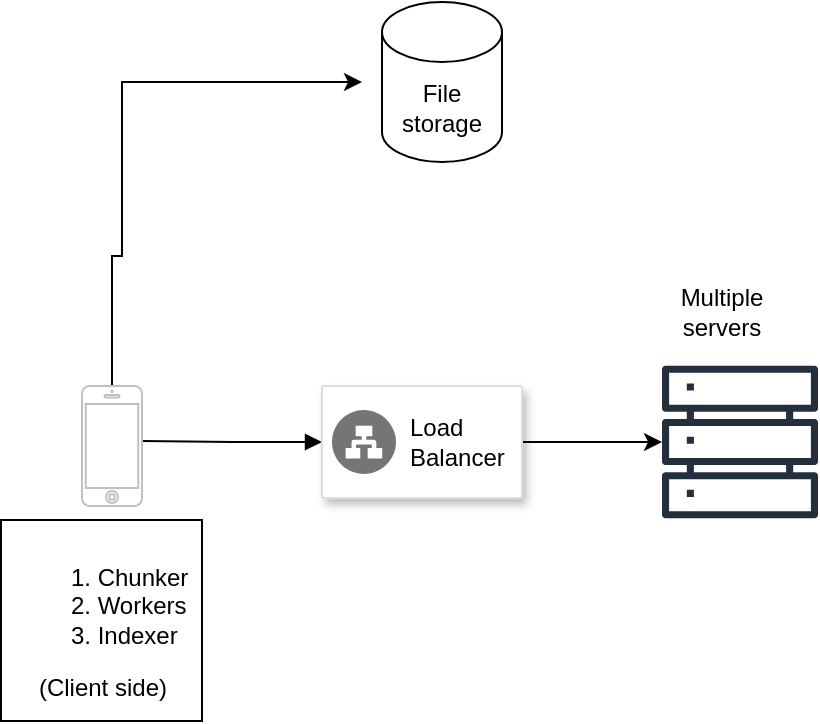
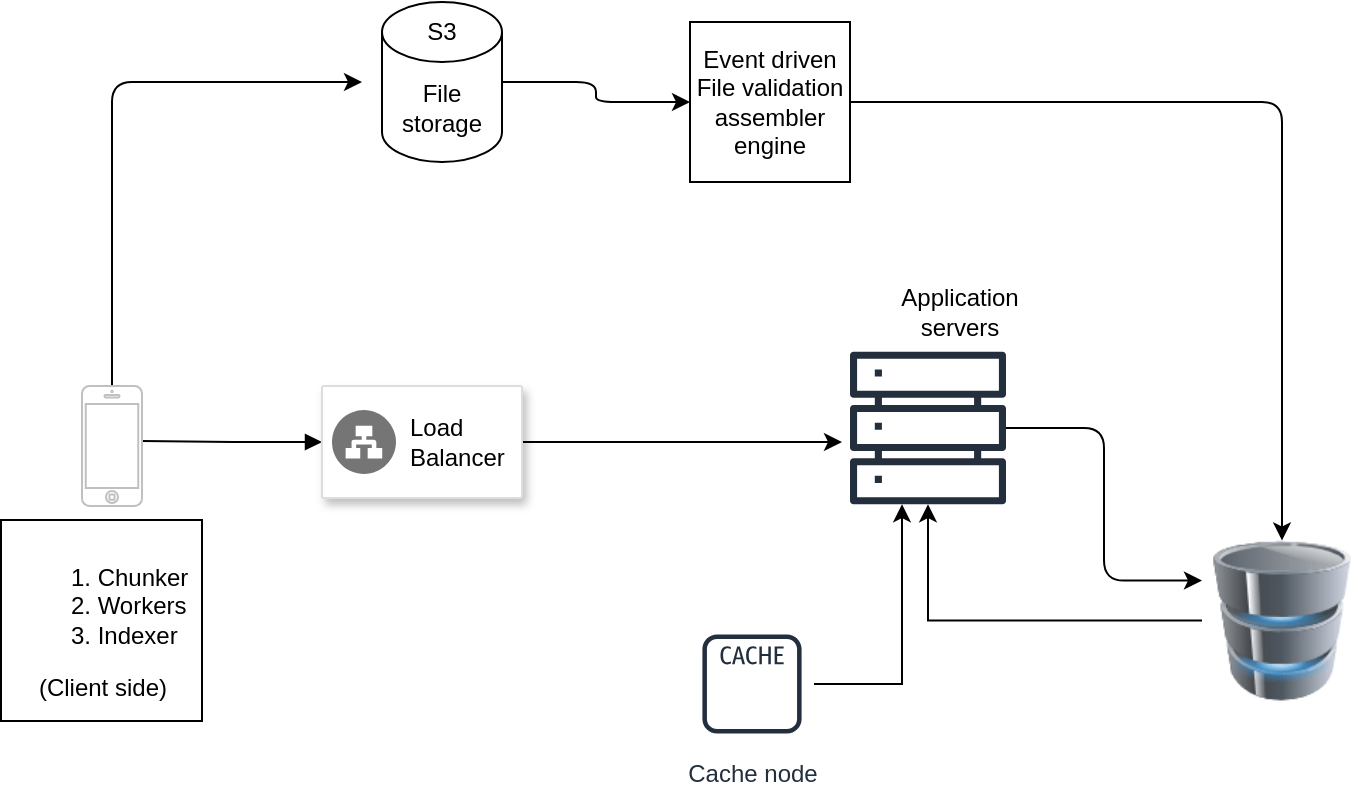
<mxfile host="app.diagrams.net">
  <diagram name="Page-1" id="5tHfRoS0WuBEUlIkX9_v">
    <mxGraphModel dx="1601" dy="548" grid="1" gridSize="10" guides="1" tooltips="1" connect="1" arrows="1" fold="1" page="1" pageScale="1" pageWidth="827" pageHeight="1169" math="0" shadow="0">
      <root>
        <mxCell id="0" />
        <mxCell id="1" parent="0" />
        <mxCell id="MKeDZ_4dYYuwaxTGn8zZ-2" edge="1" parent="1" style="endArrow=block;endFill=1;html=1;edgeStyle=orthogonalEdgeStyle;align=left;verticalAlign=top;rounded=0;" value="">
          <mxGeometry relative="1" x="-1" as="geometry">
            <mxPoint x="60" y="239.5" as="sourcePoint" />
            <mxPoint x="150" y="240" as="targetPoint" />
          </mxGeometry>
        </mxCell>
-         <mxCell id="MKeDZ_4dYYuwaxTGn8zZ-11" edge="1" parent="1" source="MKeDZ_4dYYuwaxTGn8zZ-4" style="edgeStyle=orthogonalEdgeStyle;rounded=0;orthogonalLoop=1;jettySize=auto;html=1;" target="MKeDZ_4dYYuwaxTGn8zZ-8" value="">
-           <mxGeometry relative="1" as="geometry" />
+         <mxCell id="MKeDZ_4dYYuwaxTGn8zZ-11" edge="1" parent="1" source="MKeDZ_4dYYuwaxTGn8zZ-4" style="edgeStyle=orthogonalEdgeStyle;rounded=0;orthogonalLoop=1;jettySize=auto;html=1;" value="">
+           <mxGeometry relative="1" as="geometry">
+             <mxPoint x="410" y="240" as="targetPoint" />
+           </mxGeometry>
        </mxCell>
        <mxCell id="MKeDZ_4dYYuwaxTGn8zZ-4" parent="1" style="strokeColor=#dddddd;fillColor=#FFFFFF;shadow=1;strokeWidth=1;rounded=1;absoluteArcSize=1;arcSize=2;" value="" vertex="1">
          <mxGeometry height="56" width="100" x="150" y="212" as="geometry" />
        </mxCell>
        <mxCell id="MKeDZ_4dYYuwaxTGn8zZ-5" parent="MKeDZ_4dYYuwaxTGn8zZ-4" style="sketch=0;dashed=0;connectable=0;html=1;fillColor=#757575;strokeColor=none;shape=mxgraph.gcp2.network_load_balancer;part=1;labelPosition=right;verticalLabelPosition=middle;align=left;verticalAlign=middle;spacingLeft=5;fontSize=12;" value="Load&lt;br&gt;Balancer" vertex="1">
          <mxGeometry height="32" relative="1" width="32" y="0.5" as="geometry">
            <mxPoint x="5" y="-16" as="offset" />
          </mxGeometry>
        </mxCell>
-         <mxCell id="MKeDZ_4dYYuwaxTGn8zZ-15" edge="1" parent="1" source="MKeDZ_4dYYuwaxTGn8zZ-7" style="edgeStyle=orthogonalEdgeStyle;rounded=0;orthogonalLoop=1;jettySize=auto;html=1;">
+         <mxCell id="MKeDZ_4dYYuwaxTGn8zZ-15" edge="1" parent="1" source="MKeDZ_4dYYuwaxTGn8zZ-7" style="edgeStyle=orthogonalEdgeStyle;rounded=1;orthogonalLoop=1;jettySize=auto;html=1;curved=0;">
          <mxGeometry relative="1" as="geometry">
            <Array as="points">
-               <mxPoint x="45" y="147" />
-               <mxPoint x="50" y="147" />
+               <mxPoint x="45" y="60" />
            </Array>
            <mxPoint x="170" y="60" as="targetPoint" />
          </mxGeometry>
        </mxCell>
        <mxCell id="MKeDZ_4dYYuwaxTGn8zZ-7" parent="1" style="html=1;verticalLabelPosition=bottom;labelBackgroundColor=#ffffff;verticalAlign=top;shadow=0;dashed=0;strokeWidth=1;shape=mxgraph.ios7.misc.iphone;strokeColor=#c0c0c0;" value="" vertex="1">
          <mxGeometry height="60" width="30" x="30" y="212" as="geometry" />
        </mxCell>
+         <mxCell id="_372f6Q-5nDr0jlW2gZR-6" edge="1" parent="1" source="MKeDZ_4dYYuwaxTGn8zZ-8" style="edgeStyle=orthogonalEdgeStyle;rounded=1;orthogonalLoop=1;jettySize=auto;html=1;entryX=0;entryY=0.25;entryDx=0;entryDy=0;curved=0;" target="_372f6Q-5nDr0jlW2gZR-4">
+           <mxGeometry relative="1" as="geometry">
+             <mxPoint x="500" y="350" as="targetPoint" />
+           </mxGeometry>
+         </mxCell>
        <mxCell id="MKeDZ_4dYYuwaxTGn8zZ-8" parent="1" style="sketch=0;outlineConnect=0;fontColor=#232F3E;gradientColor=none;fillColor=#232F3D;strokeColor=none;dashed=0;verticalLabelPosition=bottom;verticalAlign=top;align=center;html=1;fontSize=12;fontStyle=0;aspect=fixed;pointerEvents=1;shape=mxgraph.aws4.servers;" value="" vertex="1">
-           <mxGeometry height="78" width="78" x="320" y="201" as="geometry" />
+           <mxGeometry height="78" width="78" x="414" y="194" as="geometry" />
        </mxCell>
-         <mxCell id="MKeDZ_4dYYuwaxTGn8zZ-9" parent="1" style="text;html=1;whiteSpace=wrap;strokeColor=none;fillColor=none;align=center;verticalAlign=middle;rounded=0;" value="Multiple servers" vertex="1">
-           <mxGeometry height="30" width="80" x="310" y="160" as="geometry" />
+         <mxCell id="MKeDZ_4dYYuwaxTGn8zZ-9" parent="1" style="text;html=1;whiteSpace=wrap;strokeColor=none;fillColor=none;align=center;verticalAlign=middle;rounded=0;" value="Application servers" vertex="1">
+           <mxGeometry height="30" width="80" x="429" y="160" as="geometry" />
+         </mxCell>
+         <mxCell id="_372f6Q-5nDr0jlW2gZR-3" edge="1" parent="1" source="MKeDZ_4dYYuwaxTGn8zZ-12" style="edgeStyle=orthogonalEdgeStyle;rounded=1;orthogonalLoop=1;jettySize=auto;html=1;curved=0;" target="_372f6Q-5nDr0jlW2gZR-2" value="">
+           <mxGeometry relative="1" as="geometry" />
        </mxCell>
        <mxCell id="MKeDZ_4dYYuwaxTGn8zZ-12" parent="1" style="shape=cylinder3;whiteSpace=wrap;html=1;boundedLbl=1;backgroundOutline=1;size=15;" value="File storage" vertex="1">
          <mxGeometry height="80" width="60" x="180" y="20" as="geometry" />
        </mxCell>
        <mxCell id="MKeDZ_4dYYuwaxTGn8zZ-17" parent="1" style="whiteSpace=wrap;html=1;aspect=fixed;" value="&lt;ol&gt;&lt;li style=&quot;text-align: left;&quot;&gt;Chunker&lt;/li&gt;&lt;li style=&quot;text-align: left;&quot;&gt;Workers&lt;/li&gt;&lt;li style=&quot;text-align: left;&quot;&gt;Indexer&lt;/li&gt;&lt;/ol&gt;&lt;div&gt;&lt;div&gt;(Client side)&lt;/div&gt;&lt;/div&gt;" vertex="1">
          <mxGeometry height="100.5" width="100.5" x="-10.5" y="279" as="geometry" />
        </mxCell>
+         <mxCell id="_372f6Q-5nDr0jlW2gZR-1" parent="1" style="text;html=1;whiteSpace=wrap;strokeColor=none;fillColor=none;align=center;verticalAlign=middle;rounded=0;" value="S3" vertex="1">
+           <mxGeometry height="30" width="60" x="180" y="20" as="geometry" />
+         </mxCell>
+         <mxCell id="_372f6Q-5nDr0jlW2gZR-5" edge="1" parent="1" source="_372f6Q-5nDr0jlW2gZR-2" style="edgeStyle=orthogonalEdgeStyle;rounded=1;orthogonalLoop=1;jettySize=auto;html=1;entryX=0.5;entryY=0;entryDx=0;entryDy=0;curved=0;" target="_372f6Q-5nDr0jlW2gZR-4">
+           <mxGeometry relative="1" as="geometry">
+             <mxPoint x="640" y="70" as="targetPoint" />
+           </mxGeometry>
+         </mxCell>
+         <mxCell id="_372f6Q-5nDr0jlW2gZR-2" parent="1" style="whiteSpace=wrap;html=1;aspect=fixed;" value="Event driven&lt;br&gt;File validation&lt;br&gt;assembler engine" vertex="1">
+           <mxGeometry height="80" width="80" x="334" y="30" as="geometry" />
+         </mxCell>
+         <mxCell id="_372f6Q-5nDr0jlW2gZR-12" edge="1" parent="1" source="_372f6Q-5nDr0jlW2gZR-4" style="edgeStyle=orthogonalEdgeStyle;rounded=0;orthogonalLoop=1;jettySize=auto;html=1;" target="MKeDZ_4dYYuwaxTGn8zZ-8">
+           <mxGeometry relative="1" as="geometry" />
+         </mxCell>
+         <mxCell id="_372f6Q-5nDr0jlW2gZR-4" parent="1" style="image;html=1;image=img/lib/clip_art/computers/Database_128x128.png" value="" vertex="1">
+           <mxGeometry height="80" width="80" x="590" y="289.25" as="geometry" />
+         </mxCell>
+         <mxCell id="_372f6Q-5nDr0jlW2gZR-10" edge="1" parent="1" source="_372f6Q-5nDr0jlW2gZR-9" style="edgeStyle=orthogonalEdgeStyle;rounded=0;orthogonalLoop=1;jettySize=auto;html=1;" target="MKeDZ_4dYYuwaxTGn8zZ-8" value="">
+           <mxGeometry relative="1" as="geometry">
+             <Array as="points">
+               <mxPoint x="440" y="361" />
+             </Array>
+           </mxGeometry>
+         </mxCell>
+         <mxCell id="_372f6Q-5nDr0jlW2gZR-9" parent="1" style="sketch=0;outlineConnect=0;fontColor=#232F3E;gradientColor=none;strokeColor=#232F3E;fillColor=#ffffff;dashed=0;verticalLabelPosition=bottom;verticalAlign=top;align=center;html=1;fontSize=12;fontStyle=0;aspect=fixed;shape=mxgraph.aws4.resourceIcon;resIcon=mxgraph.aws4.cache_node;" value="Cache node" vertex="1">
+           <mxGeometry height="62" width="62" x="334" y="330" as="geometry" />
+         </mxCell>
      </root>
    </mxGraphModel>
  </diagram>
</mxfile>
